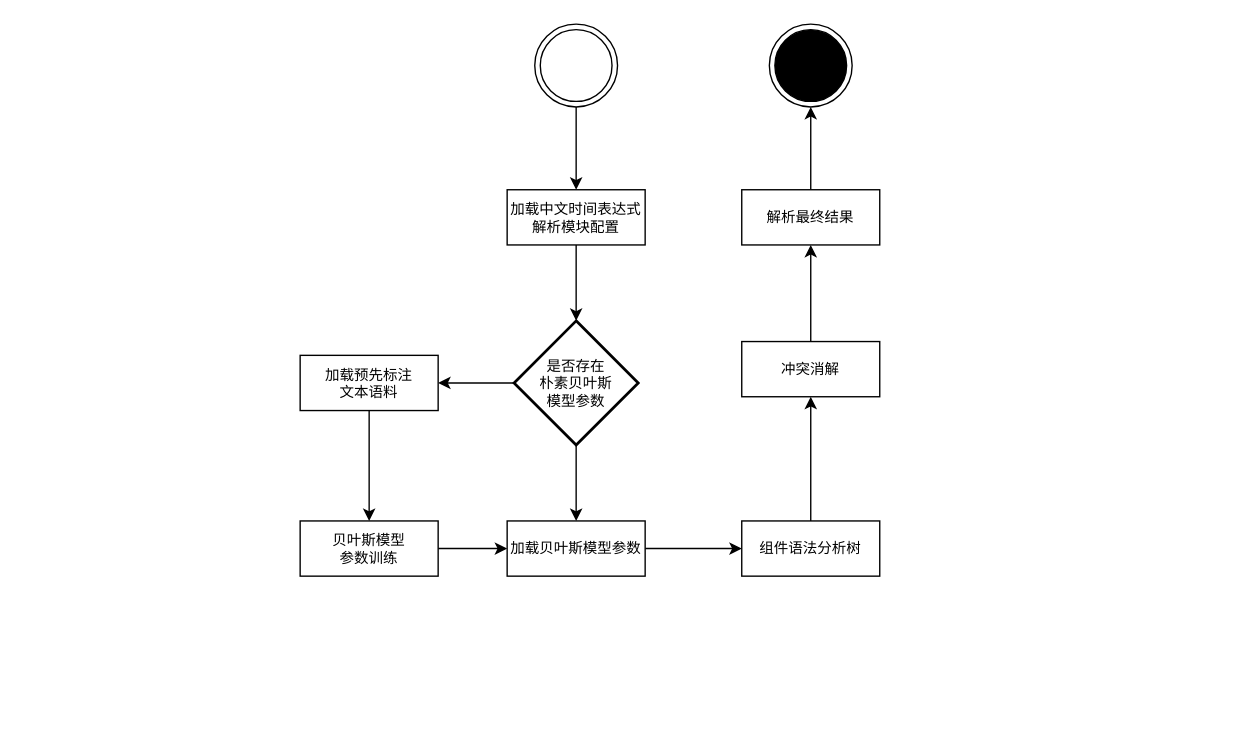
Earlier version of the draw.io diagram figures/xml/resolve_pipeline.drawio (ZacBi/ustcthesis). Source tidied: cells renumbered, new cells numbered last; positions are measured from the earlier drawing's top-left corner, leaving out a move shared by most shapes. Both pictures are drawn from the tidied source at 138%, with x=0, y=0 at pixel (299, 23).
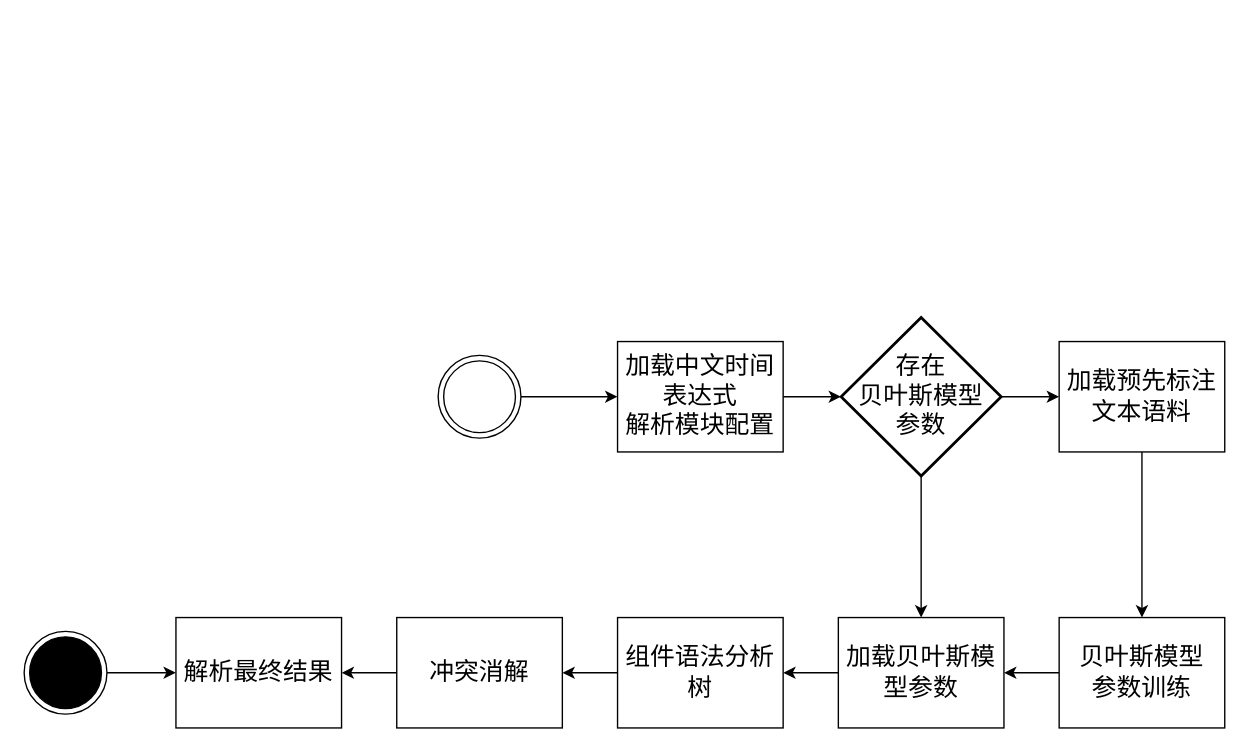
The same diagram, later.

What changed in the source:
```diff
@@
-    <mxCell id="2" style="edgeStyle=orthogonalEdgeStyle;rounded=0;jettySize=auto;html=1;exitX=0.5;exitY=1;exitDx=0;exitDy=0;entryX=0.5;entryY=0;entryDx=0;entryDy=0;fontFamily=宋体;fontSize=10.5;" parent="1" edge="1" source="3" target="5">
+    <mxCell id="2" style="edgeStyle=none;html=1;entryX=0;entryY=0.5;entryDx=0;entryDy=0;fontSize=18;" parent="1" edge="1" source="3" target="5">
       <mxGeometry relative="1" as="geometry" />
     </mxCell>
-    <mxCell id="3" style="ellipse;shape=doubleEllipse;html=1;dashed=0;whitespace=wrap;fontFamily=宋体;fontSize=10.5;" parent="1" vertex="1">
-      <mxGeometry x="170" width="60" height="60" as="geometry" />
+    <mxCell id="3" style="ellipse;shape=doubleEllipse;html=1;dashed=0;whitespace=wrap;fontFamily=宋体;fontSize=18;" parent="1" vertex="1">
+      <mxGeometry x="100" y="240" width="60" height="60" as="geometry" />
     </mxCell>
-    <mxCell id="4" style="edgeStyle=orthogonalEdgeStyle;rounded=0;jettySize=auto;html=1;exitX=0.5;exitY=1;exitDx=0;exitDy=0;entryX=0.5;entryY=0;entryDx=0;entryDy=0;entryPerimeter=0;fontFamily=宋体;fontSize=10.5;" parent="1" edge="1" source="5" target="8">
+    <mxCell id="4" style="edgeStyle=none;html=1;exitX=1;exitY=0.5;exitDx=0;exitDy=0;fontSize=18;entryX=0;entryY=0.5;entryDx=0;entryDy=0;entryPerimeter=0;" parent="1" edge="1" source="5" target="8">
       <mxGeometry relative="1" as="geometry" />
     </mxCell>
-    <mxCell id="5" value="加载中文时间表达式&lt;br style=&quot;font-size: 10.5px;&quot;&gt;解析模块配置" style="rounded=0;whiteSpace=wrap;html=1;fontFamily=宋体;fontSize=10.5;" parent="1" vertex="1">
-      <mxGeometry x="150" y="120" width="100" height="40" as="geometry" />
+    <mxCell id="5" value="加载中文时间表达式&lt;br style=&quot;font-size: 18px;&quot;&gt;解析模块配置" style="rounded=0;whiteSpace=wrap;html=1;fontFamily=宋体;fontSize=18;" parent="1" vertex="1">
+      <mxGeometry x="230" y="230" width="120" height="80" as="geometry" />
     </mxCell>
+    <mxCell id="7" style="edgeStyle=orthogonalEdgeStyle;rounded=0;jettySize=auto;html=1;exitX=0.5;exitY=1;exitDx=0;exitDy=0;exitPerimeter=0;fontFamily=宋体;fontSize=18;" parent="1" edge="1" source="8" target="19">
+      <mxGeometry relative="1" as="geometry" />
+    </mxCell>
-    <mxCell id="6" style="edgeStyle=orthogonalEdgeStyle;rounded=0;jettySize=auto;html=1;exitX=0;exitY=0.5;exitDx=0;exitDy=0;exitPerimeter=0;entryX=1;entryY=0.5;entryDx=0;entryDy=0;fontFamily=宋体;fontSize=10.5;" parent="1" edge="1" source="8" target="10">
+    <mxCell id="6" style="edgeStyle=none;html=1;exitX=1;exitY=0.5;exitDx=0;exitDy=0;exitPerimeter=0;entryX=0;entryY=0.5;entryDx=0;entryDy=0;fontSize=18;" parent="1" edge="1" source="8" target="10">
       <mxGeometry relative="1" as="geometry" />
     </mxCell>
-    <mxCell id="7" style="edgeStyle=orthogonalEdgeStyle;rounded=0;jettySize=auto;html=1;exitX=0.5;exitY=1;exitDx=0;exitDy=0;exitPerimeter=0;fontFamily=宋体;fontSize=10.5;" parent="1" edge="1" source="8" target="19">
-      <mxGeometry relative="1" as="geometry" />
-    </mxCell>
-    <mxCell id="8" value="是否存在&lt;br style=&quot;font-size: 10.5px;&quot;&gt;朴素贝叶斯&lt;br style=&quot;font-size: 10.5px;&quot;&gt;模型参数" style="strokeWidth=2;html=1;shape=mxgraph.flowchart.decision;whiteSpace=wrap;fontFamily=宋体;fontSize=10.5;" parent="1" vertex="1">
-      <mxGeometry x="155" y="215" width="90" height="90" as="geometry" />
+    <mxCell id="8" value="存在&lt;br style=&quot;font-size: 18px&quot;&gt;贝叶斯模型&lt;br&gt;参数" style="strokeWidth=2;html=1;shape=mxgraph.flowchart.decision;whiteSpace=wrap;fontFamily=宋体;fontSize=18;" parent="1" vertex="1">
+      <mxGeometry x="392" y="212.5" width="116" height="115" as="geometry" />
     </mxCell>
-    <mxCell id="9" style="edgeStyle=orthogonalEdgeStyle;rounded=0;jettySize=auto;html=1;exitX=0.5;exitY=1;exitDx=0;exitDy=0;entryX=0.5;entryY=0;entryDx=0;entryDy=0;fontFamily=宋体;fontSize=10.5;" parent="1" edge="1" source="10" target="21">
+    <mxCell id="9" style="edgeStyle=orthogonalEdgeStyle;rounded=0;jettySize=auto;html=1;exitX=0.5;exitY=1;exitDx=0;exitDy=0;entryX=0.5;entryY=0;entryDx=0;entryDy=0;fontFamily=宋体;fontSize=18;" parent="1" edge="1" source="10" target="21">
       <mxGeometry relative="1" as="geometry" />
     </mxCell>
-    <mxCell id="10" value="加载预先标注&lt;br style=&quot;font-size: 10.5px;&quot;&gt;文本语料" style="rounded=0;whiteSpace=wrap;html=1;fontFamily=宋体;fontSize=10.5;" parent="1" vertex="1">
-      <mxGeometry y="240" width="100" height="40" as="geometry" />
+    <mxCell id="10" value="加载预先标注&lt;br style=&quot;font-size: 18px;&quot;&gt;文本语料" style="rounded=0;whiteSpace=wrap;html=1;fontFamily=宋体;fontSize=18;" parent="1" vertex="1">
+      <mxGeometry x="550" y="230" width="120" height="80" as="geometry" />
     </mxCell>
+    <mxCell id="18" style="edgeStyle=none;html=1;fontSize=18;exitX=0;exitY=0.5;exitDx=0;exitDy=0;" parent="1" edge="1" source="19" target="12">
+      <mxGeometry relative="1" as="geometry" />
+    </mxCell>
+    <mxCell id="12" value="组件语法分析树" style="rounded=0;whiteSpace=wrap;html=1;fontFamily=宋体;fontSize=18;" parent="1" vertex="1">
+      <mxGeometry x="230" y="430" width="120" height="80" as="geometry" />
+    </mxCell>
-    <mxCell id="11" style="edgeStyle=orthogonalEdgeStyle;rounded=0;jettySize=auto;html=1;exitX=0.5;exitY=0;exitDx=0;exitDy=0;entryX=0.5;entryY=1;entryDx=0;entryDy=0;fontFamily=宋体;fontSize=10.5;" parent="1" edge="1" source="12" target="14">
+    <mxCell id="11" style="edgeStyle=none;html=1;fontSize=18;exitX=0;exitY=0.5;exitDx=0;exitDy=0;" parent="1" edge="1" source="12" target="14">
       <mxGeometry relative="1" as="geometry" />
     </mxCell>
-    <mxCell id="12" value="组件语法分析树" style="rounded=0;whiteSpace=wrap;html=1;fontFamily=宋体;fontSize=10.5;" parent="1" vertex="1">
-      <mxGeometry x="320" y="360" width="100" height="40" as="geometry" />
-    </mxCell>
+    <mxCell id="14" value="冲突消解" style="rounded=0;whiteSpace=wrap;html=1;fontFamily=宋体;fontSize=18;" parent="1" vertex="1">
+      <mxGeometry x="70" y="430" width="120" height="80" as="geometry" />
+    </mxCell>
-    <mxCell id="13" style="edgeStyle=orthogonalEdgeStyle;rounded=0;jettySize=auto;html=1;exitX=0.5;exitY=0;exitDx=0;exitDy=0;entryX=0.5;entryY=1;entryDx=0;entryDy=0;fontFamily=宋体;fontSize=10.5;" parent="1" edge="1" source="14" target="16">
+    <mxCell id="13" style="edgeStyle=none;html=1;fontSize=18;" parent="1" edge="1" source="14" target="16">
       <mxGeometry relative="1" as="geometry" />
     </mxCell>
-    <mxCell id="14" value="冲突消解" style="rounded=0;whiteSpace=wrap;html=1;fontFamily=宋体;fontSize=10.5;" parent="1" vertex="1">
-      <mxGeometry x="320" y="230" width="100" height="40" as="geometry" />
-    </mxCell>
-    <mxCell id="15" style="edgeStyle=orthogonalEdgeStyle;rounded=0;jettySize=auto;html=1;exitX=0.5;exitY=0;exitDx=0;exitDy=0;entryX=0.5;entryY=1;entryDx=0;entryDy=0;fontFamily=宋体;fontSize=10.5;" parent="1" edge="1" source="16" target="17">
-      <mxGeometry relative="1" as="geometry" />
-    </mxCell>
-    <mxCell id="16" value="解析最终结果" style="rounded=0;whiteSpace=wrap;html=1;fontFamily=宋体;fontSize=10.5;" parent="1" vertex="1">
-      <mxGeometry x="320" y="120" width="100" height="40" as="geometry" />
+    <mxCell id="16" value="解析最终结果" style="rounded=0;whiteSpace=wrap;html=1;fontFamily=宋体;fontSize=18;" parent="1" vertex="1">
+      <mxGeometry x="-90" y="430" width="120" height="80" as="geometry" />
     </mxCell>
+    <mxCell id="22" style="edgeStyle=none;html=1;entryX=0;entryY=0.5;entryDx=0;entryDy=0;fontSize=18;" parent="1" edge="1" source="17" target="16">
+      <mxGeometry relative="1" as="geometry" />
+    </mxCell>
-    <mxCell id="17" style="ellipse;html=1;shape=endState;fillColor=#000000;strokeColor=#000000;fontFamily=宋体;fontSize=10.5;" parent="1" vertex="1">
-      <mxGeometry x="340" width="60" height="60" as="geometry" />
+    <mxCell id="17" style="ellipse;html=1;shape=endState;fillColor=#000000;strokeColor=#000000;fontFamily=宋体;fontSize=18;" parent="1" vertex="1">
+      <mxGeometry x="-200" y="440" width="60" height="60" as="geometry" />
     </mxCell>
-    <mxCell id="18" style="edgeStyle=orthogonalEdgeStyle;rounded=0;jettySize=auto;html=1;exitX=1;exitY=0.5;exitDx=0;exitDy=0;entryX=0;entryY=0.5;entryDx=0;entryDy=0;fontFamily=宋体;fontSize=10.5;" parent="1" edge="1" source="19" target="12">
-      <mxGeometry relative="1" as="geometry" />
-    </mxCell>
-    <mxCell id="19" value="加载贝叶斯模型参数" style="rounded=0;whiteSpace=wrap;html=1;fontFamily=宋体;fontSize=10.5;" parent="1" vertex="1">
-      <mxGeometry x="150" y="360" width="100" height="40" as="geometry" />
+    <mxCell id="19" value="加载贝叶斯模型参数" style="rounded=0;whiteSpace=wrap;html=1;fontFamily=宋体;fontSize=18;" parent="1" vertex="1">
+      <mxGeometry x="390" y="430" width="120" height="80" as="geometry" />
     </mxCell>
-    <mxCell id="20" style="edgeStyle=orthogonalEdgeStyle;rounded=0;jettySize=auto;html=1;exitX=1;exitY=0.5;exitDx=0;exitDy=0;entryX=0;entryY=0.5;entryDx=0;entryDy=0;fontFamily=宋体;fontSize=10.5;" parent="1" edge="1" source="21" target="19">
+    <mxCell id="20" style="edgeStyle=orthogonalEdgeStyle;rounded=0;jettySize=auto;html=1;exitX=0;exitY=0.5;exitDx=0;exitDy=0;entryX=1;entryY=0.5;entryDx=0;entryDy=0;fontFamily=宋体;fontSize=18;" parent="1" edge="1" source="21" target="19">
       <mxGeometry relative="1" as="geometry" />
     </mxCell>
-    <mxCell id="21" value="贝叶斯模型&lt;br style=&quot;font-size: 10.5px;&quot;&gt;参数训练" style="rounded=0;whiteSpace=wrap;html=1;fontFamily=宋体;fontSize=10.5;" parent="1" vertex="1">
-      <mxGeometry y="360" width="100" height="40" as="geometry" />
+    <mxCell id="21" value="贝叶斯模型&lt;br style=&quot;font-size: 18px;&quot;&gt;参数训练" style="rounded=0;whiteSpace=wrap;html=1;fontFamily=宋体;fontSize=18;" parent="1" vertex="1">
+      <mxGeometry x="550" y="430" width="120" height="80" as="geometry" />
     </mxCell>
```
